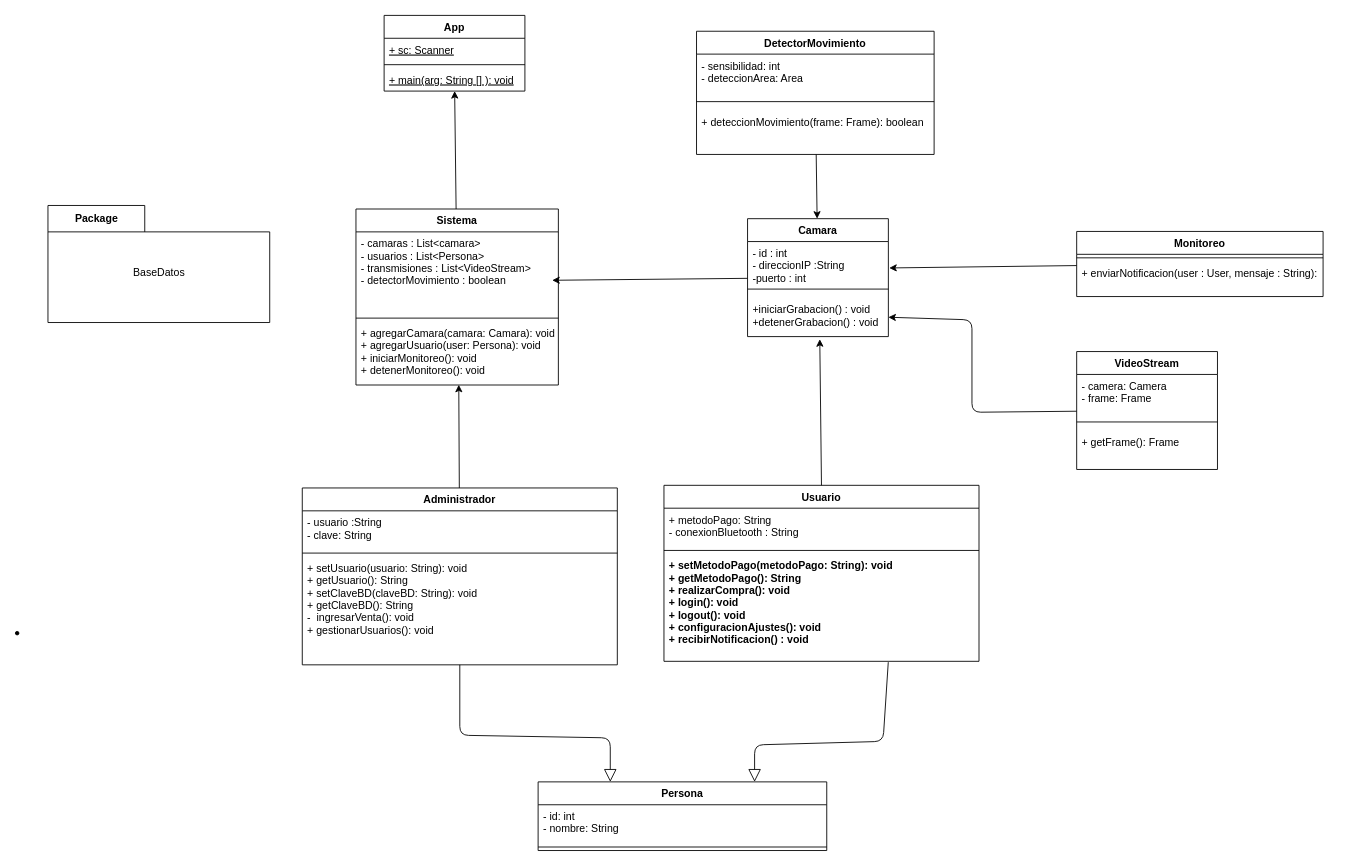
Earlier version of the draw.io diagram design/DC.DIO (Chrissisx/prjSistemaSeguridadDomestica). Source tidied: cells renumbered, new cells numbered last; positions are measured from the earlier drawing's top-left corner, leaving out a move shared by most shapes. Both pictures are drawn from the tidied source at 88%, with x=0, y=0 at pixel (15, 15).
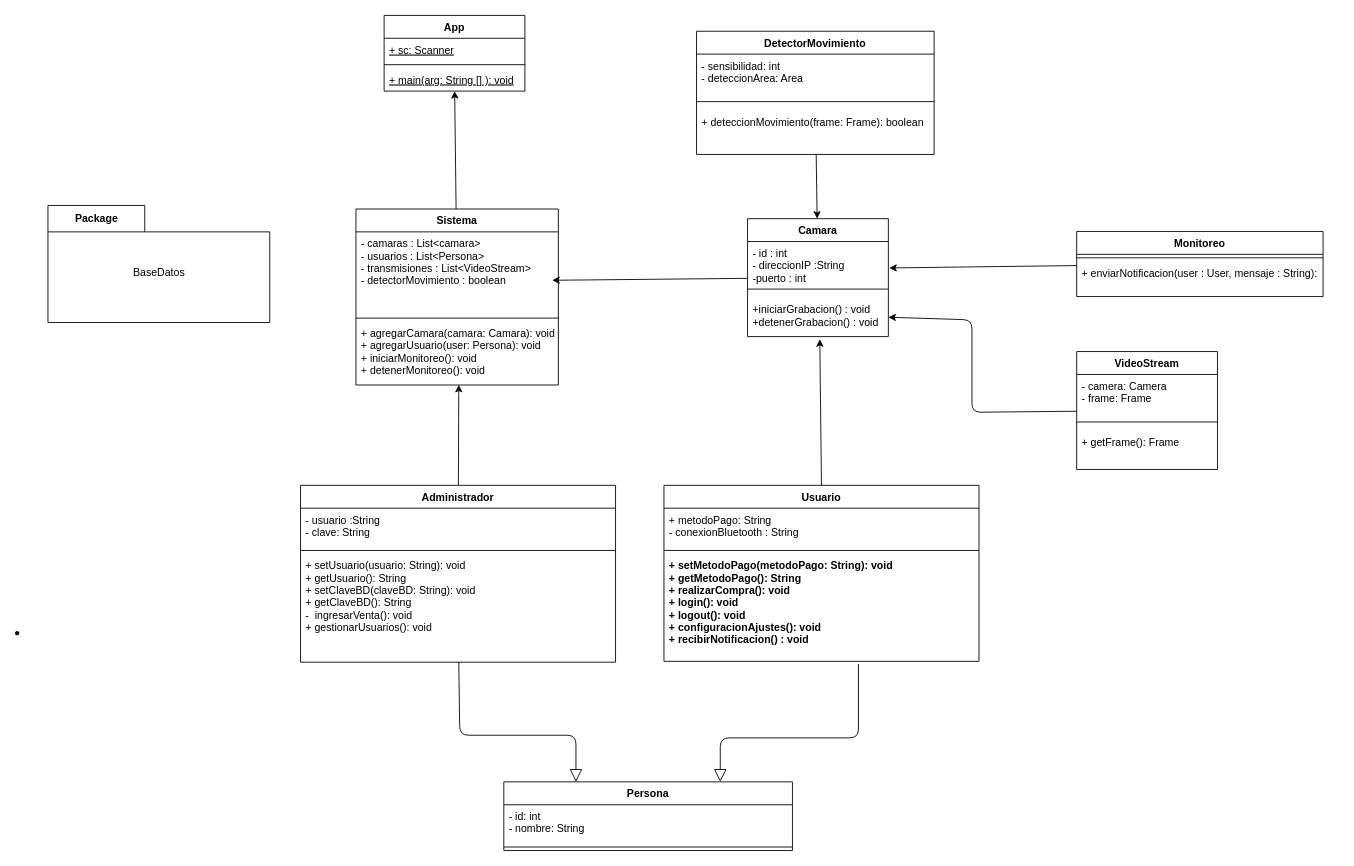
The same page after the edit.

Unchanged cells that the change refers to:
```xml
<mxCell id="33" value="+ setMetodoPago(metodoPago: String): void&#10;+ getMetodoPago(): String&#10;+ realizarCompra(): void&#10;+ login(): void&#10;+ logout(): void &#10;+ configuracionAjustes(): void&#10;+ recibirNotificacion() : void &#10;&#10;&#10;" style="text;strokeColor=none;fillColor=none;align=left;verticalAlign=top;spacingLeft=4;spacingRight=4;overflow=hidden;points=[[0,0.5],[1,0.5]];portConstraint=eastwest;fontStyle=1;" parent="30" vertex="1">
  <mxGeometry y="78" width="358" height="122" as="geometry" />
</mxCell>
<mxCell id="38" value="+ setUsuario(usuario: String): void&#10;+ getUsuario(): String&#10;+ setClaveBD(claveBD: String): void&#10;+ getClaveBD(): String&#10;-  ingresarVenta(): void&#10;+ gestionarUsuarios(): void" style="text;strokeColor=none;fillColor=none;align=left;verticalAlign=top;spacingLeft=4;spacingRight=4;overflow=hidden;points=[[0,0.5],[1,0.5]];portConstraint=eastwest;" parent="35" vertex="1">
  <mxGeometry y="78" width="358" height="123" as="geometry" />
</mxCell>
```

What changed in the source:
```diff
@@
     <mxCell id="35" value="Administrador" style="swimlane;fontStyle=1;align=center;verticalAlign=top;horizontal=1;startSize=26;" parent="1" vertex="1">
-      <mxGeometry x="326" y="537" width="358" height="201" as="geometry" />
+      <mxGeometry x="324" y="534" width="358" height="201" as="geometry" />
     </mxCell>
@@
     <mxCell id="39" value="Persona" style="swimlane;fontStyle=1;align=center;verticalAlign=top;horizontal=1;startSize=26;" parent="1" vertex="1">
-      <mxGeometry x="594" y="871" width="328" height="78" as="geometry" />
+      <mxGeometry x="555" y="871" width="328" height="78" as="geometry" />
     </mxCell>
@@
-    <mxCell id="43" style="endArrow=block;endFill=0;endSize=12;html=1;exitX=0.712;exitY=1.008;exitDx=0;exitDy=0;exitPerimeter=0;entryX=0.75;entryY=0;entryDx=0;entryDy=0;" parent="1" edge="1" source="33" target="39">
+    <mxCell id="43" style="endArrow=block;endFill=0;endSize=12;html=1;entryX=0.75;entryY=0;entryDx=0;entryDy=0;" parent="1" edge="1" target="39">
       <mxGeometry relative="1" as="geometry">
+        <mxPoint x="958" y="737" as="sourcePoint" />
         <Array as="points">
-          <mxPoint x="986" y="825" />
-          <mxPoint x="840" y="829" />
+          <mxPoint x="958" y="821" />
+          <mxPoint x="801" y="821" />
         </Array>
       </mxGeometry>
     </mxCell>
     <mxCell id="44" style="endArrow=block;endFill=0;endSize=12;html=1;entryX=0.25;entryY=0;entryDx=0;entryDy=0;" parent="1" edge="1" source="38" target="39">
       <mxGeometry relative="1" as="geometry">
         <Array as="points">
           <mxPoint x="505" y="818" />
-          <mxPoint x="676" y="821" />
+          <mxPoint x="637" y="818" />
         </Array>
       </mxGeometry>
     </mxCell>
```
